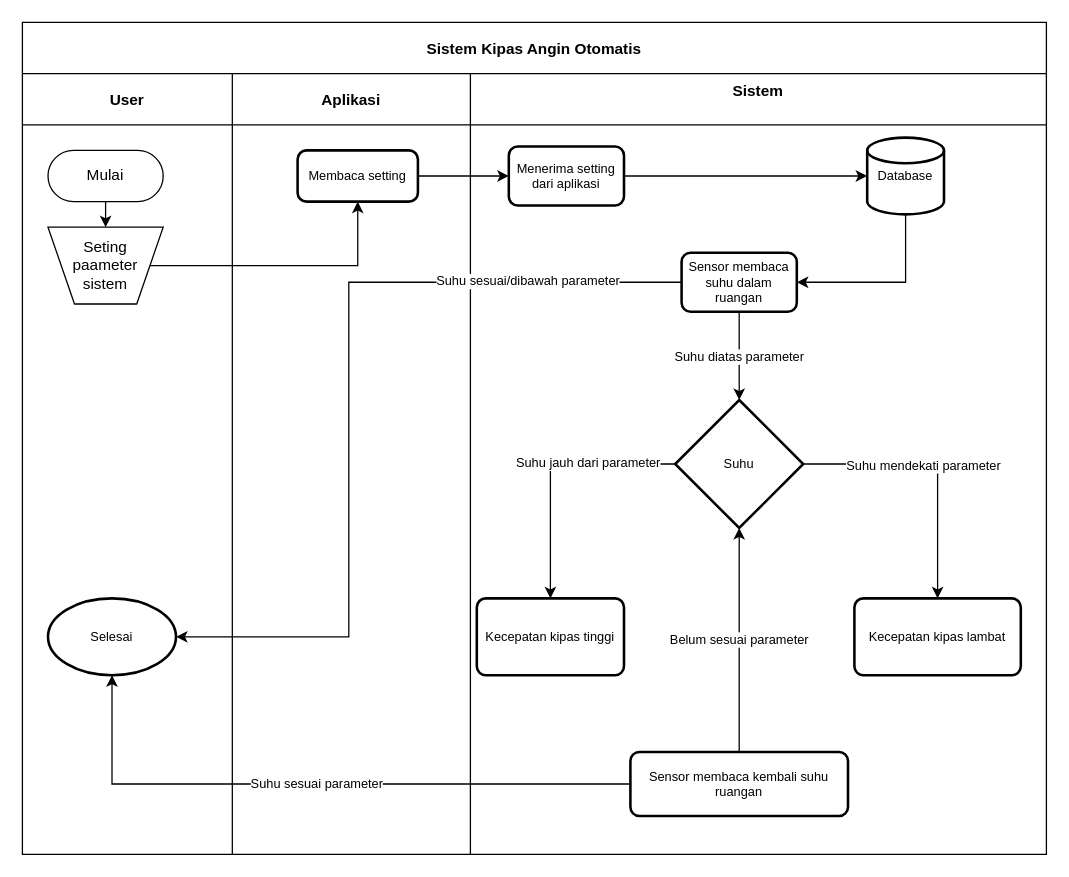
This is RPL.drawio from WataKoro/Flowmap_RPL, a draw.io file, before an edit. Source tidied: cells renumbered, new cells numbered last; positions are measured from the earlier drawing's top-left corner, leaving out a move shared by most shapes. Both pictures are drawn from the tidied source at 128%, with x=0, y=0 at pixel (22, 22).
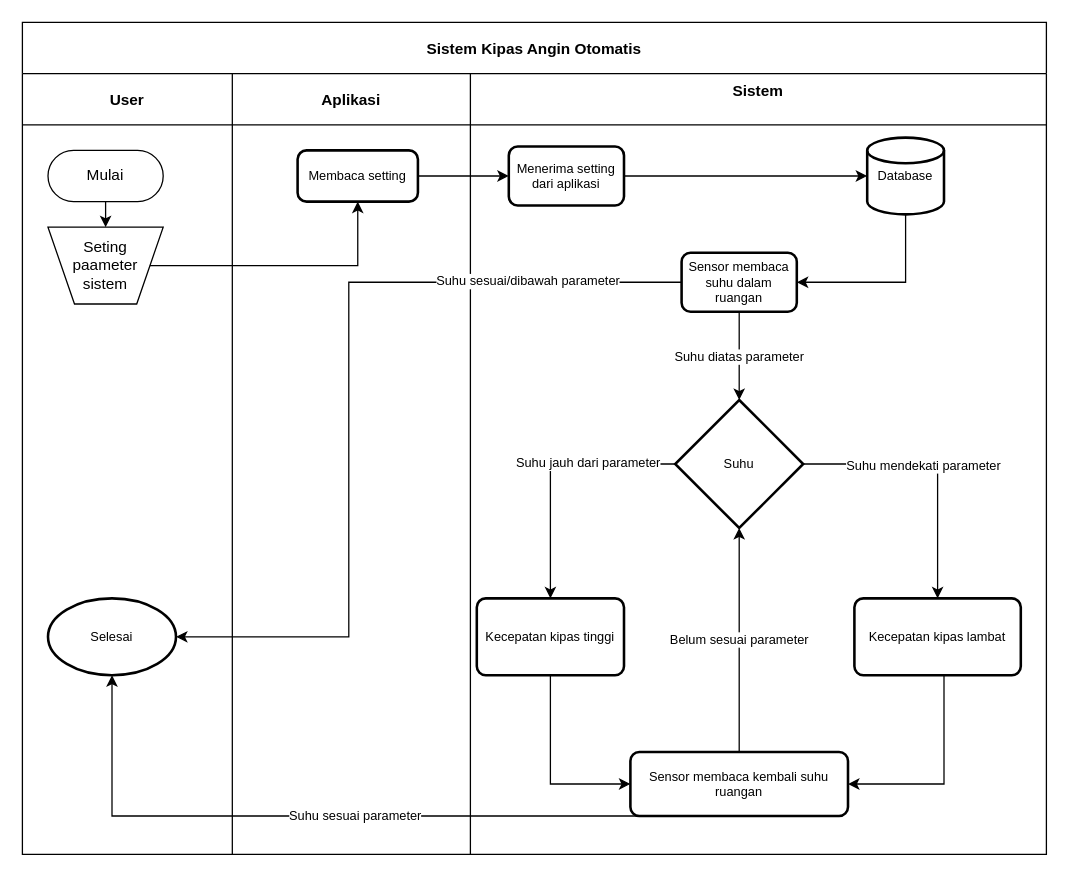
Above is the later version.

The change refers to these unchanged cells:
```xml
<mxCell id="3" style="shape=tableRow;horizontal=0;swimlaneHead=0;swimlaneBody=0;top=0;left=0;bottom=0;right=0;fillColor=none;startSize=0;fontStyle=1;" parent="2" vertex="1">
  <mxGeometry y="40" width="800" height="610" as="geometry" />
</mxCell>
<mxCell id="8" value="Selesai" style="strokeWidth=2;html=1;shape=mxgraph.flowchart.start_1;whiteSpace=wrap;fontSize=10;" parent="4" vertex="1">
  <mxGeometry x="20" y="410" width="100" height="60" as="geometry" />
</mxCell>
<mxCell id="11" value="&#10;Sistem&#10;&#10;" style="swimlane;swimlaneHead=0;swimlaneBody=0;fillColor=none;startSize=40;fontStyle=1;" parent="3" vertex="1">
  <mxGeometry x="350" width="450" height="610" as="geometry" />
</mxCell>
<mxCell id="16" value="Kecepatan kipas tinggi" style="rounded=1;whiteSpace=wrap;html=1;absoluteArcSize=1;arcSize=14;strokeWidth=2;fontSize=10;" parent="11" vertex="1">
  <mxGeometry x="5" y="410" width="115" height="60" as="geometry" />
</mxCell>
<mxCell id="18" value="Kecepatan kipas lambat" style="rounded=1;whiteSpace=wrap;html=1;absoluteArcSize=1;arcSize=14;strokeWidth=2;fontSize=10;" parent="11" vertex="1">
  <mxGeometry x="300" y="410" width="130" height="60" as="geometry" />
</mxCell>
<mxCell id="25" value="Sensor membaca kembali suhu ruangan" style="rounded=1;whiteSpace=wrap;html=1;absoluteArcSize=1;arcSize=14;strokeWidth=2;fontSize=10;" parent="11" vertex="1">
  <mxGeometry x="125" y="530" width="170" height="50" as="geometry" />
</mxCell>
```

The edit, as a diff of the source:
```diff
@@
+    <mxCell id="32" style="edgeStyle=segmentEdgeStyle;endArrow=classic;html=1;rounded=0;fontSize=10;entryX=0;entryY=0.5;entryDx=0;entryDy=0;" parent="11" edge="1" source="16" target="25">
+      <mxGeometry relative="1" as="geometry">
+        <Array as="points">
+          <mxPoint x="63" y="555" />
+        </Array>
+      </mxGeometry>
+    </mxCell>
+    <mxCell id="33" style="edgeStyle=segmentEdgeStyle;endArrow=classic;html=1;rounded=0;fontSize=10;entryX=1;entryY=0.5;entryDx=0;entryDy=0;" parent="11" edge="1" source="18" target="25">
+      <mxGeometry relative="1" as="geometry">
+        <Array as="points">
+          <mxPoint x="370" y="555" />
+        </Array>
+      </mxGeometry>
+    </mxCell>
@@
-    <mxCell id="31" value="Suhu sesuai parameter" style="edgeStyle=segmentEdgeStyle;endArrow=classic;html=1;rounded=0;fontSize=10;entryX=0.5;entryY=1;entryDx=0;entryDy=0;entryPerimeter=0;" parent="3" edge="1" source="25" target="8">
+    <mxCell id="31" value="Suhu sesuai parameter" style="edgeStyle=segmentEdgeStyle;endArrow=classic;html=1;rounded=0;fontSize=10;entryX=0.5;entryY=1;entryDx=0;entryDy=0;entryPerimeter=0;exitX=0.5;exitY=1;exitDx=0;exitDy=0;" parent="3" edge="1" source="25" target="8">
       <mxGeometry relative="1" as="geometry" />
     </mxCell>
```
